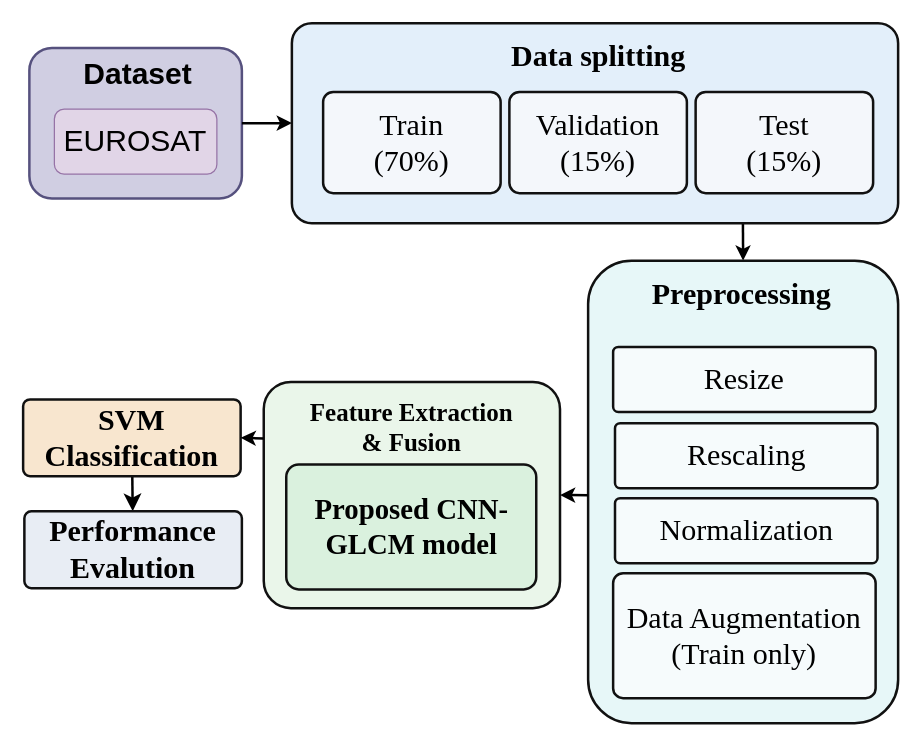
This is glcm blk.drawio from fac010150-cyber/draw_io, a draw.io file, before an edit. Source tidied: cells renumbered, new cells numbered last; positions are measured from the earlier drawing's top-left corner, leaving out a move shared by most shapes. Both pictures are drawn from the tidied source at 125%, with x=0, y=0 at pixel (22, 22).
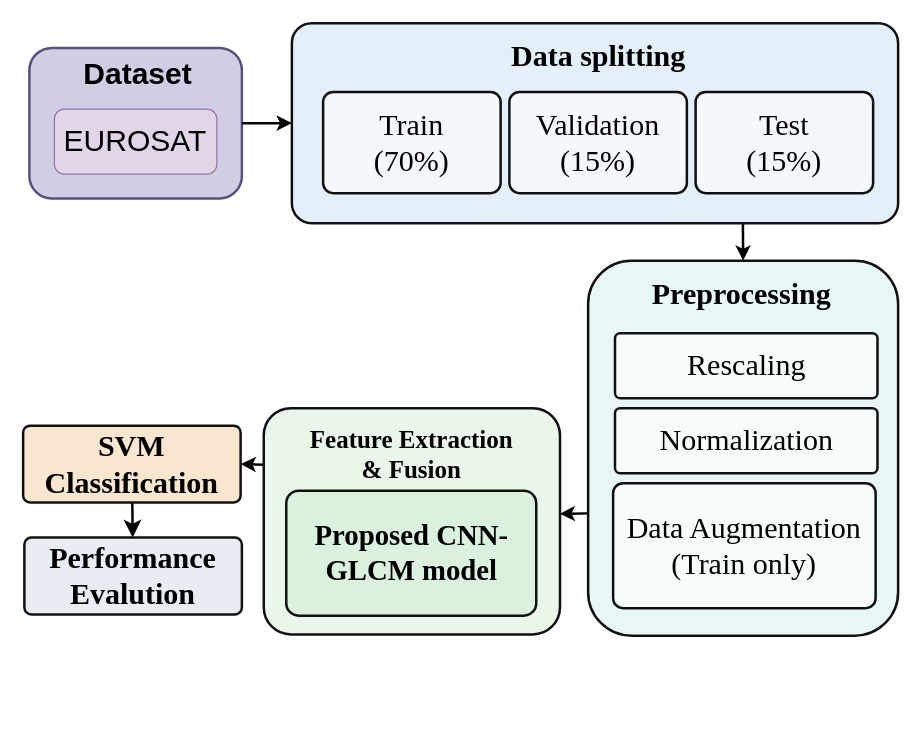
The same diagram, later.

The edit, as a diff of the source:
```diff
@@
     <mxCell id="8" style="rounded=1;whiteSpace=wrap;html=1;arcSize=14;fillColor=#E7F7F8;strokeColor=#111111;strokeWidth=2;" parent="1" vertex="1">
-      <mxGeometry x="452" y="190" width="248" height="370" as="geometry" />
+      <mxGeometry x="452" y="190" width="248" height="300" as="geometry" />
     </mxCell>
@@
-    <mxCell id="10" value="Resize" style="rounded=1;whiteSpace=wrap;html=1;arcSize=8;fillColor=#F6FBFC;strokeColor=#111111;strokeWidth=2;fontFamily=Times New Roman;fontSize=24;align=center;verticalAlign=middle;" parent="1" vertex="1">
-      <mxGeometry x="472" y="259" width="210" height="52" as="geometry" />
-    </mxCell>
     <mxCell id="11" value="&lt;div&gt;Data Augmentation&lt;/div&gt;(Train only)" style="rounded=1;whiteSpace=wrap;html=1;arcSize=8;fillColor=#F6FBFC;strokeColor=#111111;strokeWidth=2;fontFamily=Times New Roman;fontSize=24;align=center;verticalAlign=middle;" parent="1" vertex="1">
-      <mxGeometry x="472" y="440" width="210" height="100" as="geometry" />
+      <mxGeometry x="472" y="368" width="210" height="100" as="geometry" />
     </mxCell>
     <mxCell id="12" value="Rescaling" style="rounded=1;whiteSpace=wrap;html=1;arcSize=8;fillColor=#F6FBFC;strokeColor=#111111;strokeWidth=2;fontFamily=Times New Roman;fontSize=24;align=center;verticalAlign=middle;" parent="1" vertex="1">
-      <mxGeometry x="473.5" y="320" width="210" height="52" as="geometry" />
+      <mxGeometry x="473.5" y="248" width="210" height="52" as="geometry" />
     </mxCell>
     <mxCell id="13" value="Normalization" style="rounded=1;whiteSpace=wrap;html=1;arcSize=8;fillColor=#F6FBFC;strokeColor=#111111;strokeWidth=2;fontFamily=Times New Roman;fontSize=24;align=center;verticalAlign=middle;" parent="1" vertex="1">
-      <mxGeometry x="473.5" y="380" width="210" height="52" as="geometry" />
+      <mxGeometry x="473.5" y="308" width="210" height="52" as="geometry" />
     </mxCell>
     <mxCell id="14" style="rounded=1;whiteSpace=wrap;html=1;arcSize=12;fillColor=#EAF6EA;strokeColor=#111111;strokeWidth=2;" parent="1" vertex="1">
-      <mxGeometry x="192.5" y="287" width="237" height="181" as="geometry" />
+      <mxGeometry x="192.5" y="308" width="237" height="181" as="geometry" />
     </mxCell>
     <mxCell id="15" value="&lt;div&gt;Feature Extraction&lt;/div&gt;&amp;amp; Fusion" style="text;html=1;strokeColor=none;fillColor=none;align=center;verticalAlign=middle;whiteSpace=wrap;fontFamily=Times New Roman;fontSize=20;fontStyle=1;" parent="1" vertex="1">
-      <mxGeometry x="210.5" y="307" width="200" height="32" as="geometry" />
+      <mxGeometry x="210.5" y="328" width="200" height="32" as="geometry" />
     </mxCell>
     <mxCell id="16" value="&lt;span&gt;Proposed CNN-GLCM model&lt;/span&gt;" style="rounded=1;whiteSpace=wrap;html=1;arcSize=10;fillColor=#DAF1DE;strokeColor=#111111;strokeWidth=2;fontFamily=Times New Roman;fontSize=23;align=center;verticalAlign=middle;fontStyle=1;" parent="1" vertex="1">
-      <mxGeometry x="210.5" y="353" width="200" height="100" as="geometry" />
+      <mxGeometry x="210.5" y="374" width="200" height="100" as="geometry" />
     </mxCell>
@@
     <mxCell id="18" value="&lt;div&gt;SVM&lt;/div&gt;&lt;div&gt;Classification&lt;/div&gt;" style="rounded=1;whiteSpace=wrap;html=1;arcSize=9;fillColor=#F8E6CF;strokeColor=#111111;strokeWidth=2;fontFamily=Times New Roman;fontSize=24;align=center;verticalAlign=middle;fontStyle=1;" parent="1" vertex="1">
-      <mxGeometry y="301" width="174" height="61.5" as="geometry" />
+      <mxGeometry y="322" width="174" height="61.5" as="geometry" />
     </mxCell>
     <mxCell id="19" value="Performance&lt;br&gt;Evalution" style="rounded=1;whiteSpace=wrap;html=1;arcSize=9;fillColor=#E8EDF4;strokeColor=#111111;strokeWidth=2;fontFamily=Times New Roman;fontSize=24;align=center;verticalAlign=middle;fontStyle=1;" parent="1" vertex="1">
-      <mxGeometry x="1" y="390.5" width="174" height="61.5" as="geometry" />
+      <mxGeometry x="1" y="411.5" width="174" height="61.5" as="geometry" />
     </mxCell>
@@
-    <mxCell id="24" style="edgeStyle=none;jettySize=auto;html=1;rounded=0;exitX=0;exitY=0.445;exitDx=0;exitDy=0;exitPerimeter=0;entryX=1;entryY=0.5;entryDx=0;entryDy=0;strokeWidth=2;" parent="1" edge="1" target="14">
-      <mxGeometry relative="1" as="geometry">
-        <mxPoint x="452" y="377.7" as="sourcePoint" />
-      </mxGeometry>
+    <mxCell id="24" style="edgeStyle=none;jettySize=auto;html=1;rounded=0;exitX=-0.002;exitY=0.674;exitDx=0;exitDy=0;strokeWidth=2;exitPerimeter=0;entryX=0.999;entryY=0.467;entryDx=0;entryDy=0;entryPerimeter=0;" parent="1" edge="1" source="8" target="14">
+      <mxGeometry relative="1" as="geometry" />
     </mxCell>
```
